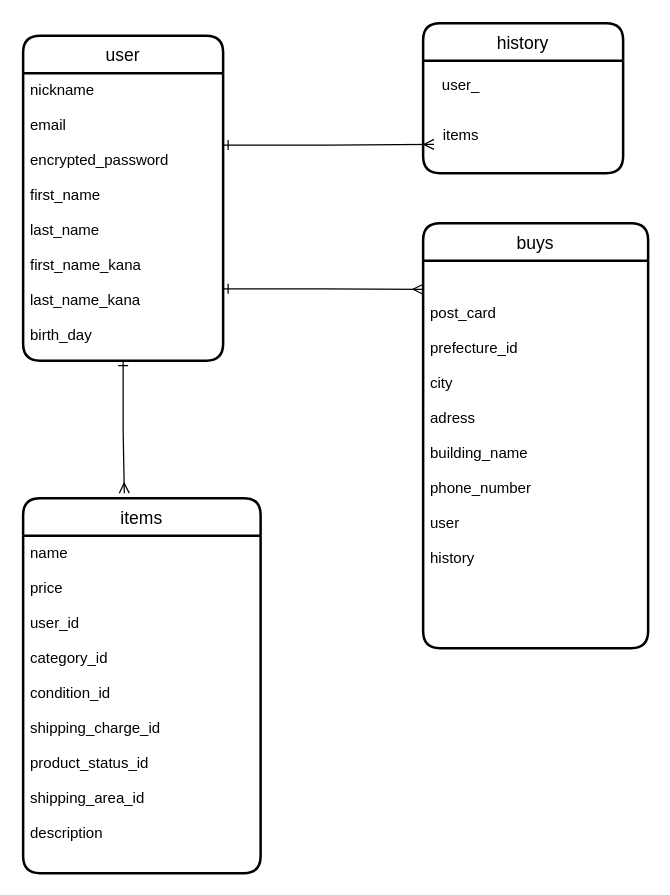
This is test.dio from Masato0530/furima-35867, a draw.io file, before an edit. Source tidied: cells renumbered, new cells numbered last; positions are measured from the earlier drawing's top-left corner, leaving out a move shared by most shapes. Both pictures are drawn from the tidied source at 125%, with x=0, y=0 at pixel (22, 22).
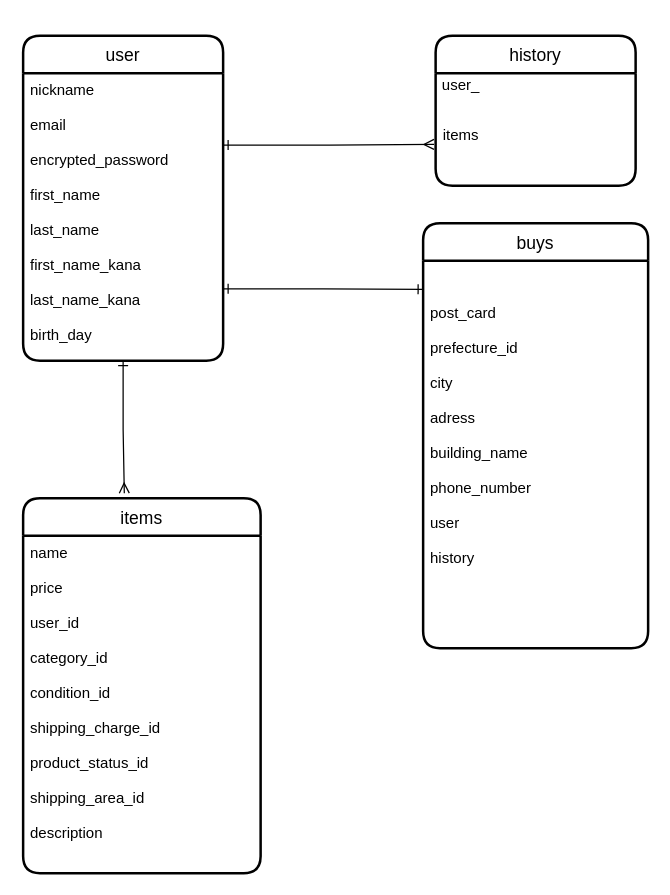
The same page after the edit.

Diff of the diagram source:
```diff
@@
 <mxGraphModel>
   <root>
     <mxCell id="0" />
     <mxCell id="1" parent="0" />
     <mxCell id="2" value="items" style="swimlane;horizontal=1;startSize=30;rounded=1;fontSize=14;fontStyle=0;strokeWidth=2;shadow=0;dashed=0;align=center;fillColor=none;" parent="1" vertex="1">
       <mxGeometry y="380" width="190" height="300" as="geometry" />
     </mxCell>
     <mxCell id="3" value="name&#10;&#10;price&#10;&#10;user_id&#10;&#10;category_id&#10;&#10;condition_id&#10;&#10;shipping_charge_id&#10;&#10;product_status_id&#10;&#10;shipping_area_id&#10;&#10;description" style="align=left;strokeColor=none;fillColor=none;spacingLeft=4;fontSize=12;verticalAlign=top;" parent="2" vertex="1">
       <mxGeometry y="30" width="190" height="270" as="geometry" />
     </mxCell>
     <mxCell id="4" value="history" style="swimlane;horizontal=1;startSize=30;rounded=1;fontSize=14;fontStyle=0;strokeWidth=2;shadow=0;dashed=0;align=center;fillColor=none;" parent="1" vertex="1">
-      <mxGeometry x="320" width="160" height="120" as="geometry" />
+      <mxGeometry x="330" y="10" width="160" height="120" as="geometry" />
     </mxCell>
     <mxCell id="5" value="buys" style="swimlane;horizontal=1;startSize=30;rounded=1;fontSize=14;fontStyle=0;strokeWidth=2;shadow=0;dashed=0;align=center;fillColor=none;" parent="1" vertex="1">
       <mxGeometry x="320" y="160" width="180" height="340" as="geometry" />
     </mxCell>
     <mxCell id="6" value="&#10;&#10;post_card&#10;&#10;prefecture_id&#10;&#10;city&#10;&#10;adress&#10;&#10;building_name&#10;&#10;phone_number&#10;&#10;user&#10;&#10;history&#10;&#10;" style="align=left;strokeColor=none;fillColor=none;spacingLeft=4;fontSize=12;verticalAlign=top;" parent="5" vertex="1">
       <mxGeometry y="30" width="180" height="310" as="geometry" />
     </mxCell>
     <mxCell id="7" style="edgeStyle=orthogonalEdgeStyle;rounded=0;orthogonalLoop=1;jettySize=auto;html=1;exitX=0.5;exitY=1;exitDx=0;exitDy=0;" parent="5" edge="1" source="6" target="6">
       <mxGeometry relative="1" as="geometry" />
     </mxCell>
     <mxCell id="8" style="edgeStyle=orthogonalEdgeStyle;rounded=0;orthogonalLoop=1;jettySize=auto;html=1;exitX=0.5;exitY=1;exitDx=0;exitDy=0;" parent="5" edge="1" source="6" target="6">
       <mxGeometry relative="1" as="geometry" />
     </mxCell>
     <mxCell id="9" style="edgeStyle=orthogonalEdgeStyle;rounded=0;orthogonalLoop=1;jettySize=auto;html=1;exitX=0.5;exitY=1;exitDx=0;exitDy=0;startArrow=ERone;startFill=0;endArrow=ERmany;endFill=0;" parent="5" edge="1" source="6" target="6">
       <mxGeometry relative="1" as="geometry" />
     </mxCell>
     <mxCell id="10" value="user_" style="text;html=1;align=center;verticalAlign=middle;" parent="1" vertex="1">
       <mxGeometry x="325" y="40" width="50" height="20" as="geometry" />
     </mxCell>
     <mxCell id="11" value="items" style="text;html=1;align=center;verticalAlign=middle;points=[];" parent="1" vertex="1">
       <mxGeometry x="330" y="80" width="40" height="20" as="geometry" />
     </mxCell>
     <mxCell id="12" value="user" style="swimlane;horizontal=1;startSize=30;rounded=1;fontSize=14;fontStyle=0;strokeWidth=2;shadow=0;dashed=0;align=center;" parent="1" vertex="1">
       <mxGeometry y="10" width="160" height="260" as="geometry" />
     </mxCell>
     <mxCell id="13" value="nickname&#10;&#10;email&#10;&#10;encrypted_password&#10;&#10;first_name&#10;&#10;last_name&#10;&#10;first_name_kana&#10;&#10;last_name_kana&#10;&#10;birth_day&#10;&#10;&#10;&#10;&#10;" style="align=left;strokeColor=none;fillColor=none;spacingLeft=4;fontSize=12;verticalAlign=top;" parent="12" vertex="1">
       <mxGeometry y="30" width="160" height="230" as="geometry" />
     </mxCell>
     <mxCell id="14" style="edgeStyle=orthogonalEdgeStyle;rounded=0;jettySize=auto;html=1;exitX=1;exitY=0.25;exitDx=0;exitDy=0;entryX=-0.033;entryY=0.85;entryDx=0;entryDy=0;entryPerimeter=0;startArrow=ERone;startFill=0;endArrow=ERmany;endFill=0;" parent="1" edge="1" source="13" target="11">
       <mxGeometry relative="1" as="geometry" />
     </mxCell>
     <mxCell id="15" style="edgeStyle=orthogonalEdgeStyle;rounded=0;jettySize=auto;html=1;exitX=0.5;exitY=1;exitDx=0;exitDy=0;entryX=0.426;entryY=-0.013;entryDx=0;entryDy=0;entryPerimeter=0;startArrow=ERone;startFill=0;endArrow=ERmany;endFill=0;" parent="1" edge="1" source="13" target="2">
       <mxGeometry relative="1" as="geometry" />
     </mxCell>
-    <mxCell id="16" style="edgeStyle=orthogonalEdgeStyle;rounded=0;jettySize=auto;html=1;exitX=1;exitY=0.75;exitDx=0;exitDy=0;entryX=0;entryY=0.074;entryDx=0;entryDy=0;entryPerimeter=0;startArrow=ERone;startFill=0;endArrow=ERmany;endFill=0;" parent="1" edge="1" source="13" target="6">
+    <mxCell id="16" style="edgeStyle=orthogonalEdgeStyle;rounded=0;jettySize=auto;html=1;exitX=1;exitY=0.75;exitDx=0;exitDy=0;entryX=0;entryY=0.074;entryDx=0;entryDy=0;entryPerimeter=0;startArrow=ERone;startFill=0;endArrow=ERone;endFill=0;" parent="1" edge="1" source="13" target="6">
       <mxGeometry relative="1" as="geometry" />
     </mxCell>
   </root>
 </mxGraphModel>
```
